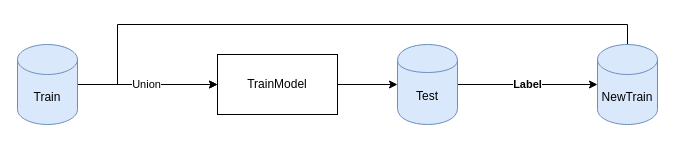
yuanjie-ai/000drawio keeps this draw.io diagram as Untitled Diagram.drawio. Above is the earlier version. Source tidied: cells renumbered, new cells numbered last; positions are measured from the earlier drawing's top-left corner, leaving out a move shared by most shapes. Both pictures are drawn from the tidied source at 100%, with x=0, y=0 at pixel (17, 24).
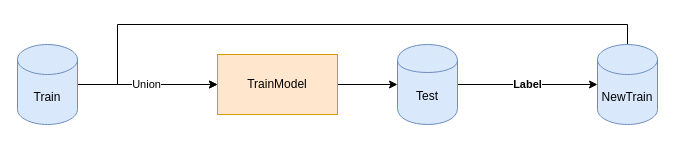
The same diagram, later.

Change to the diagram source:
```diff
@@
 <mxGraphModel>
   <root>
     <mxCell id="0" />
     <mxCell id="1" parent="0" />
     <mxCell id="2" style="edgeStyle=orthogonalEdgeStyle;rounded=0;jettySize=auto;html=1;exitX=1;exitY=0.5;exitDx=0;exitDy=0;exitPerimeter=0;entryX=0;entryY=0.5;entryDx=0;entryDy=0;" parent="1" edge="1" source="3" target="8">
       <mxGeometry relative="1" as="geometry" />
     </mxCell>
     <mxCell id="3" value="Train" style="shape=cylinder3;whiteSpace=wrap;html=1;boundedLbl=1;backgroundOutline=1;size=15;fillColor=#dae8fc;strokeColor=#6c8ebf;" parent="1" vertex="1">
       <mxGeometry y="20" width="60" height="80" as="geometry" />
     </mxCell>
     <mxCell id="4" style="edgeStyle=orthogonalEdgeStyle;rounded=0;jettySize=auto;html=1;exitX=0.5;exitY=0;exitDx=0;exitDy=0;exitPerimeter=0;entryX=0;entryY=0.5;entryDx=0;entryDy=0;" parent="1" edge="1" source="6" target="8">
       <mxGeometry relative="1" as="geometry">
         <Array as="points">
           <mxPoint x="610" />
           <mxPoint x="100" />
           <mxPoint x="100" y="60" />
         </Array>
       </mxGeometry>
     </mxCell>
     <mxCell id="5" value="Union" style="edgeLabel;html=1;align=center;verticalAlign=middle;" parent="4" vertex="1">
       <mxGeometry x="0.79" y="1" relative="1" as="geometry" />
     </mxCell>
     <mxCell id="6" value="NewTrain" style="shape=cylinder3;whiteSpace=wrap;html=1;boundedLbl=1;backgroundOutline=1;size=15;fillColor=#dae8fc;strokeColor=#6c8ebf;" parent="1" vertex="1">
       <mxGeometry x="580" y="20" width="60" height="80" as="geometry" />
     </mxCell>
     <mxCell id="7" style="edgeStyle=orthogonalEdgeStyle;rounded=0;jettySize=auto;html=1;" parent="1" edge="1" source="8" target="10">
       <mxGeometry relative="1" as="geometry" />
     </mxCell>
-    <mxCell id="8" value="TrainModel" style="whiteSpace=wrap;html=1;" parent="1" vertex="1">
+    <mxCell id="8" value="TrainModel" style="whiteSpace=wrap;html=1;fillColor=#ffe6cc;strokeColor=#d79b00;" parent="1" vertex="1">
       <mxGeometry x="200" y="30" width="120" height="60" as="geometry" />
     </mxCell>
     <mxCell id="9" value="&lt;b&gt;Label&lt;/b&gt;" style="edgeStyle=orthogonalEdgeStyle;rounded=0;jettySize=auto;html=1;" parent="1" edge="1" source="10" target="6">
       <mxGeometry relative="1" as="geometry" />
     </mxCell>
     <mxCell id="10" value="Test" style="shape=cylinder;whiteSpace=wrap;html=1;boundedLbl=1;backgroundOutline=1;fillColor=#dae8fc;strokeColor=#6c8ebf;" parent="1" vertex="1">
       <mxGeometry x="380" y="20" width="60" height="80" as="geometry" />
     </mxCell>
   </root>
 </mxGraphModel>
```
